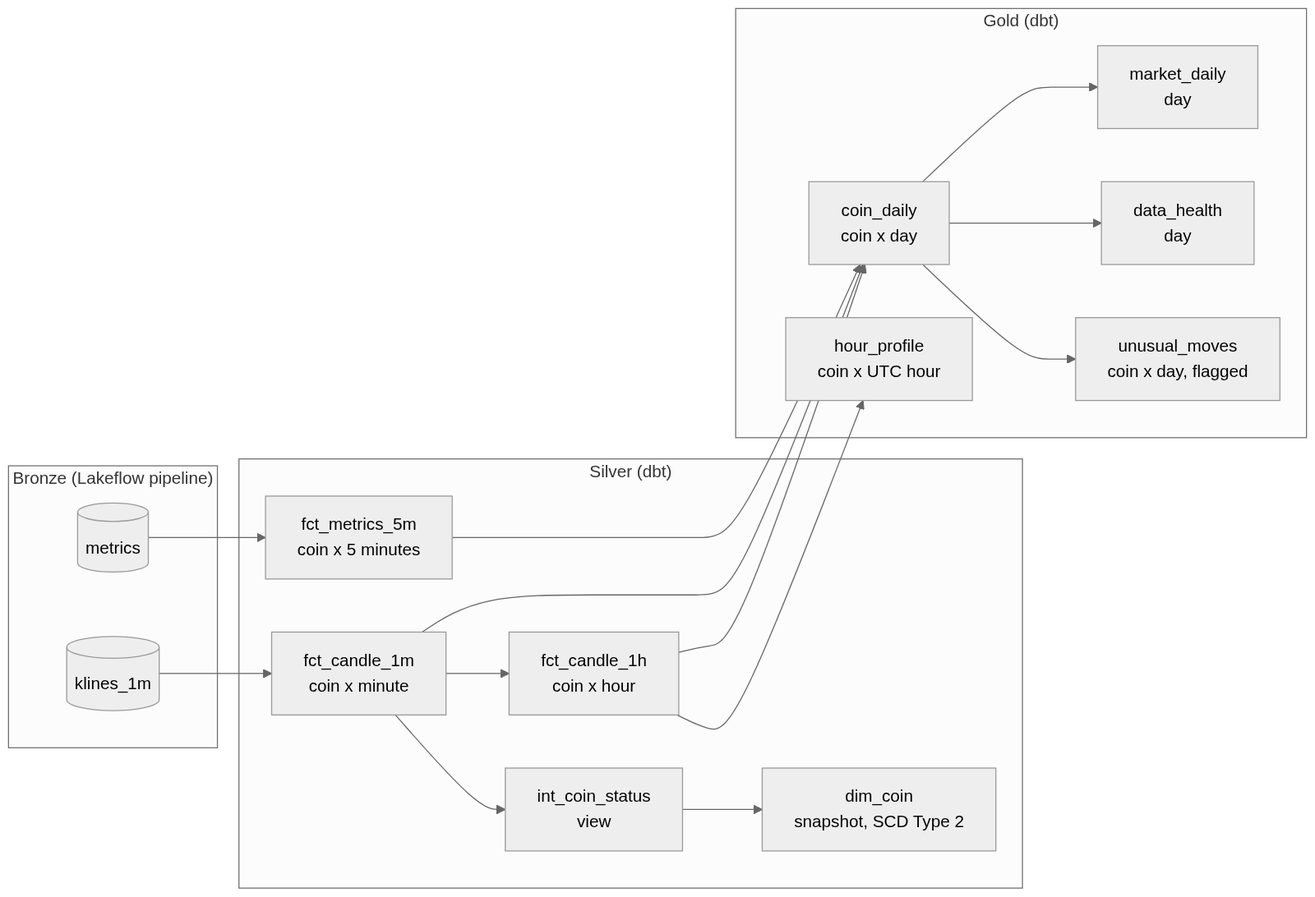
Above: docs/images/diagrams/dbt-lineage.png in shivam65-sketch/medusa (Mermaid), before the change. Its source is kept beside it as docs/diagrams/dbt-lineage.mmd.
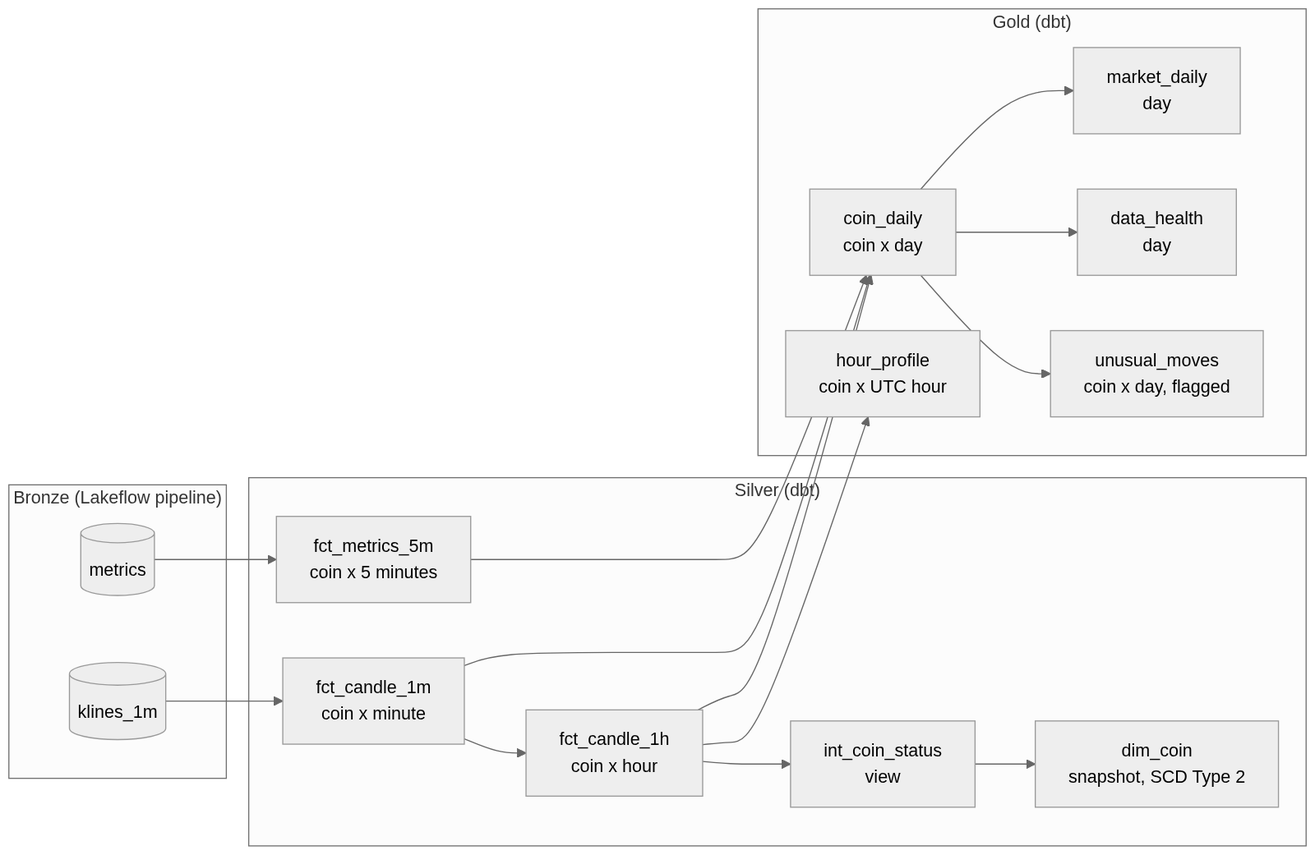
The same diagram one commit later.

Commit message:
Docs: step 18 (active coins), ADR-018, updated diagrams; live scanner replaces the dashboard plan

What changed in the source:
```diff
@@ -21,7 +21,7 @@
   bk --> c1
   bm --> m5
   c1 --> c1h
-  c1 --> ics --> dc
+  c1h --> ics --> dc
   c1h --> cd
   c1 --> cd
   m5 --> cd
```
